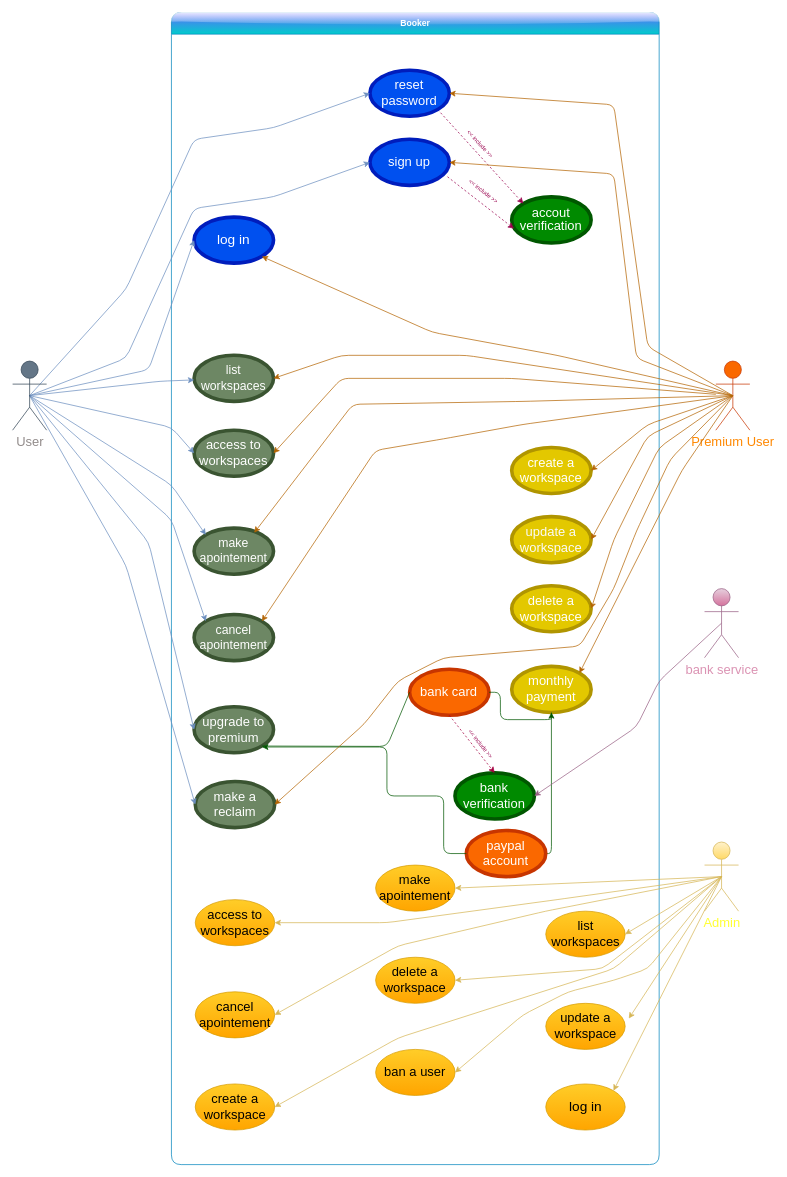
Before: UML/case_diagram/omar_diagram.dio in Kolapo-code/Booker, a draw.io diagram. Source tidied: cells renumbered, new cells numbered last; positions are measured from the earlier drawing's top-left corner, leaving out a move shared by most shapes. Both pictures are drawn from the tidied source at 72%, with x=0, y=0 at pixel (12, 12).
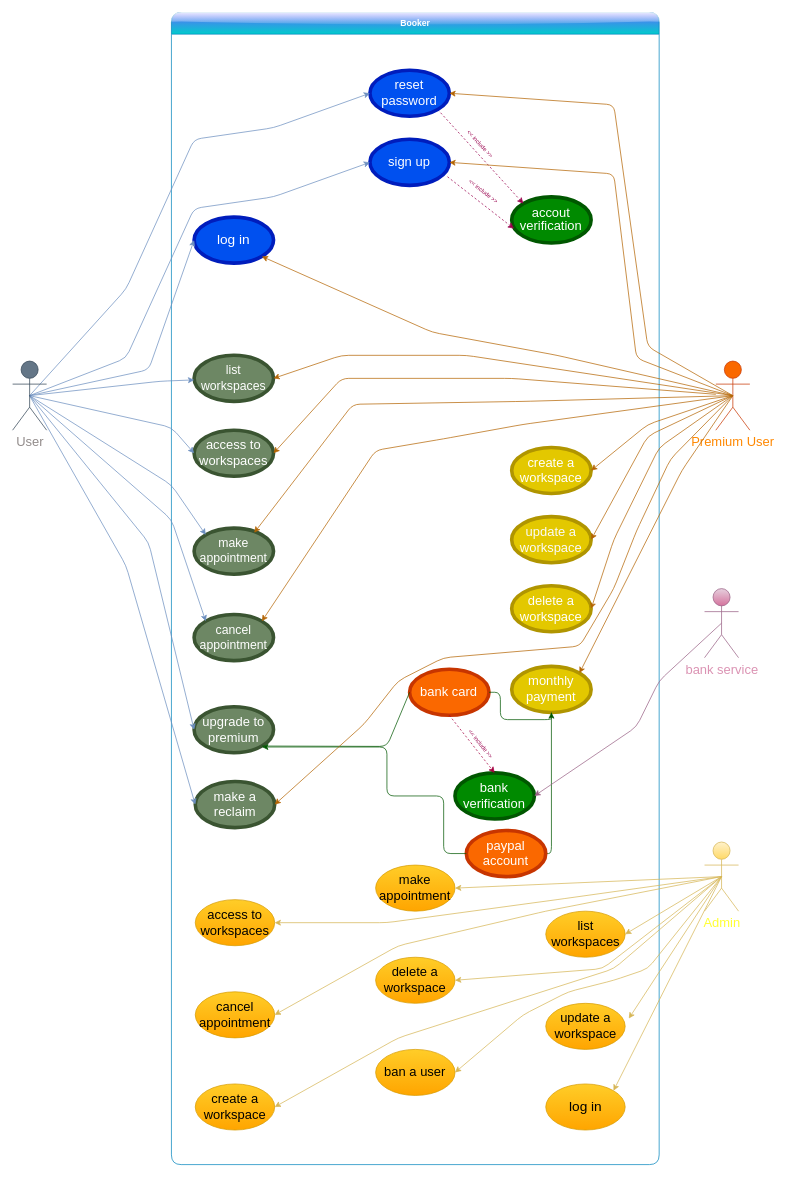
The same diagram, later.

The change refers to these unchanged cells:
```xml
<mxCell id="3" value="Booker" style="swimlane;whiteSpace=wrap;html=1;startSize=30;fillColor=#6666FF;strokeColor=#0084bd;fontColor=#ffffff;gradientColor=#00CCCC;glass=1;swimlaneLine=1;rounded=1;shadow=0;swimlaneFillColor=#FFFFFF;" parent="2" vertex="1">
  <mxGeometry x="220.6" width="677.4" height="1600" as="geometry" />
</mxCell>
```

Diff of the diagram source:
```diff
@@
-    <mxCell id="9" value="&lt;font style=&quot;font-size: 17px;&quot;&gt;make apointement&lt;/font&gt;" style="ellipse;whiteSpace=wrap;html=1;fontSize=9;fillColor=#6d8764;fontColor=#ffffff;strokeColor=#3A5431;strokeWidth=5;" parent="3" vertex="1">
+    <mxCell id="9" value="&lt;font style=&quot;font-size: 17px;&quot;&gt;make appointment&lt;/font&gt;" style="ellipse;whiteSpace=wrap;html=1;fontSize=9;fillColor=#6d8764;fontColor=#ffffff;strokeColor=#3A5431;strokeWidth=5;" parent="3" vertex="1">
       <mxGeometry x="31.5" y="716" width="110.3" height="64" as="geometry" />
     </mxCell>
-    <mxCell id="10" value="&lt;font style=&quot;font-size: 17px;&quot;&gt;cancel apointement&lt;/font&gt;" style="ellipse;whiteSpace=wrap;html=1;fontSize=9;strokeWidth=5;fillColor=#6d8764;fontColor=#ffffff;strokeColor=#3A5431;" parent="3" vertex="1">
+    <mxCell id="10" value="&lt;font style=&quot;font-size: 17px;&quot;&gt;cancel appointment&lt;/font&gt;" style="ellipse;whiteSpace=wrap;html=1;fontSize=9;strokeWidth=5;fillColor=#6d8764;fontColor=#ffffff;strokeColor=#3A5431;" parent="3" vertex="1">
       <mxGeometry x="31.5" y="836" width="110.3" height="64" as="geometry" />
     </mxCell>
@@
-    <mxCell id="27" value="&lt;font style=&quot;font-size: 18px;&quot;&gt;make apointement&lt;/font&gt;" style="ellipse;whiteSpace=wrap;html=1;fontSize=9;fillColor=#ffcd28;strokeColor=#d79b00;gradientColor=#ffa500;" parent="3" vertex="1">
+    <mxCell id="27" value="&lt;font style=&quot;font-size: 18px;&quot;&gt;make appointment&lt;/font&gt;" style="ellipse;whiteSpace=wrap;html=1;fontSize=9;fillColor=#ffcd28;strokeColor=#d79b00;gradientColor=#ffa500;" parent="3" vertex="1">
       <mxGeometry x="283.6" y="1184" width="110.3" height="64" as="geometry" />
     </mxCell>
-    <mxCell id="28" value="&lt;font style=&quot;font-size: 18px;&quot;&gt;cancel apointement&lt;/font&gt;" style="ellipse;whiteSpace=wrap;html=1;fontSize=9;fillColor=#ffcd28;gradientColor=#ffa500;strokeColor=#d79b00;" parent="3" vertex="1">
+    <mxCell id="28" value="&lt;font style=&quot;font-size: 18px;&quot;&gt;cancel appointment&lt;/font&gt;" style="ellipse;whiteSpace=wrap;html=1;fontSize=9;fillColor=#ffcd28;gradientColor=#ffa500;strokeColor=#d79b00;" parent="3" vertex="1">
       <mxGeometry x="33.1" y="1360" width="110.3" height="64" as="geometry" />
     </mxCell>
```
